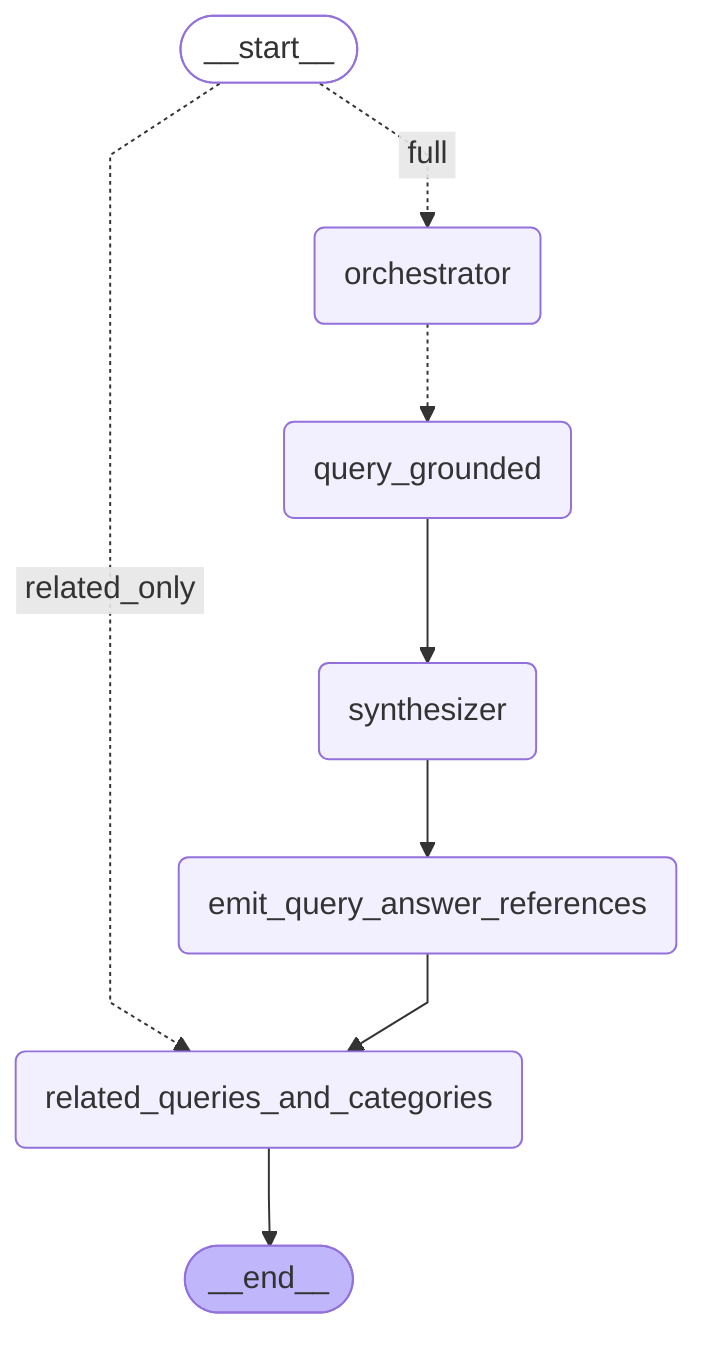
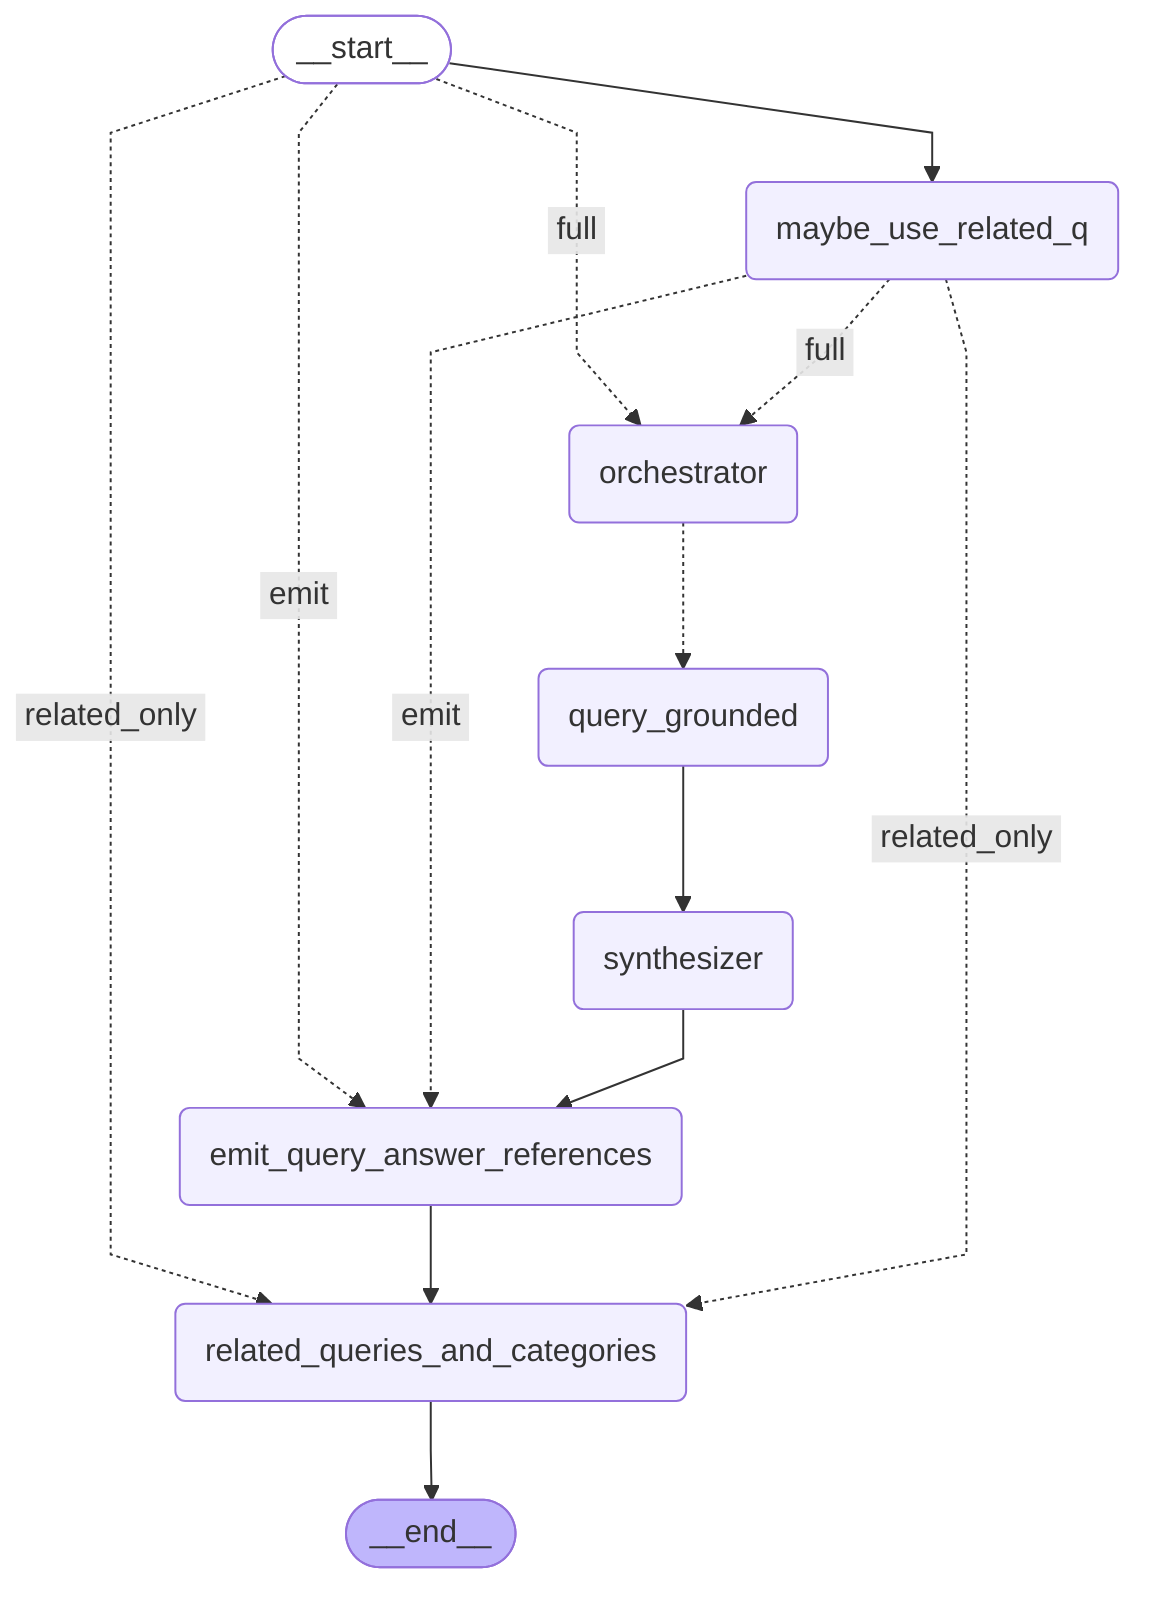
---
config:
  flowchart:
    curve: linear
---
graph TD;
	__start__([<p>__start__</p>]):::first
+ 	maybe_use_related_q(maybe_use_related_q)
	orchestrator(orchestrator)
	query_grounded(query_grounded)
	synthesizer(synthesizer)
	emit_query_answer_references(emit_query_answer_references)
	related_queries_and_categories(related_queries_and_categories)
	__end__([<p>__end__</p>]):::last
+ 	__start__ -. &nbsp;emit&nbsp; .-> emit_query_answer_references;
+ 	__start__ --> maybe_use_related_q;
	__start__ -. &nbsp;full&nbsp; .-> orchestrator;
	__start__ -. &nbsp;related_only&nbsp; .-> related_queries_and_categories;
	emit_query_answer_references --> related_queries_and_categories;
+ 	maybe_use_related_q -. &nbsp;emit&nbsp; .-> emit_query_answer_references;
+ 	maybe_use_related_q -. &nbsp;full&nbsp; .-> orchestrator;
+ 	maybe_use_related_q -. &nbsp;related_only&nbsp; .-> related_queries_and_categories;
	orchestrator -.-> query_grounded;
	query_grounded --> synthesizer;
	synthesizer --> emit_query_answer_references;
	related_queries_and_categories --> __end__;
	classDef default fill:#f2f0ff,line-height:1.2
	classDef first fill-opacity:0
	classDef last fill:#bfb6fc
